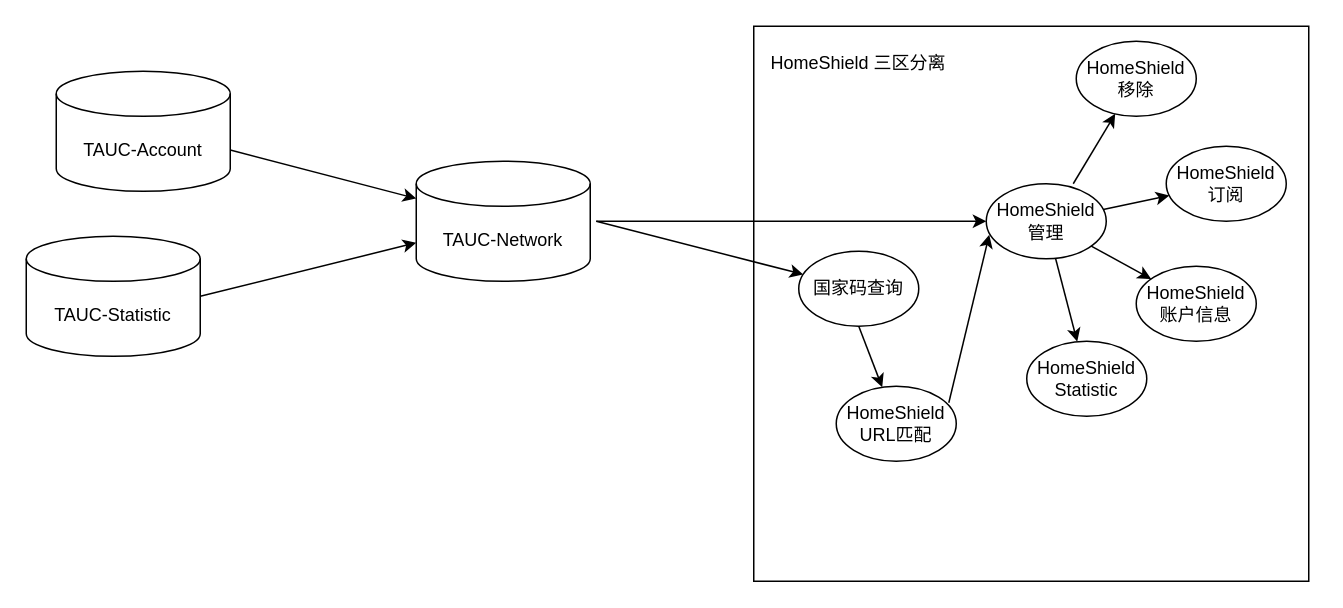
Dntls/Book keeps this draw.io diagram as 未命名绘图.drawio. Above is the earlier version. Source tidied: cells renumbered, new cells numbered last; positions are measured from the earlier drawing's top-left corner, leaving out a move shared by most shapes. Both pictures are drawn from the tidied source at 150%, with x=0, y=0 at pixel (26, 26).
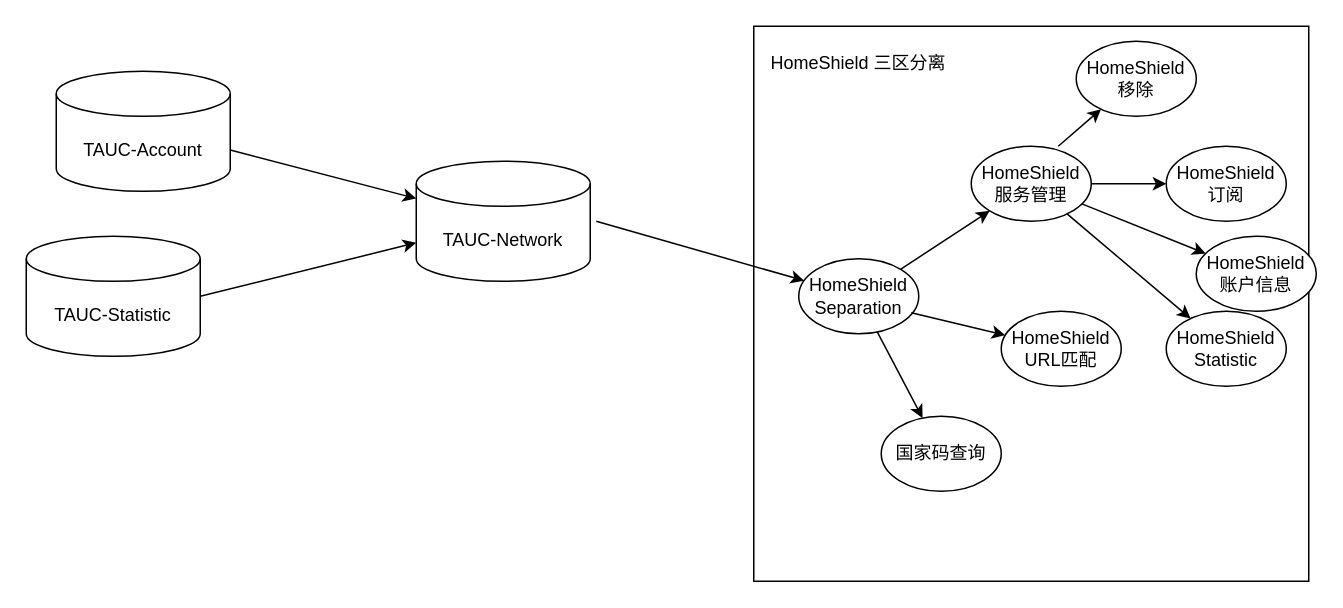
Above is the later version.

Commit message:
更新未命名绘图.drawio

Change to the diagram source:
```diff
@@
-    <mxCell id="8" style="endArrow=classic;html=1;rounded=0;" parent="1" edge="1" target="11">
+    <mxCell id="8" style="endArrow=classic;html=1;rounded=0;" parent="1" edge="1" target="24">
       <mxGeometry relative="1" as="geometry">
         <mxPoint x="380" y="130" as="sourcePoint" />
       </mxGeometry>
     </mxCell>
@@
     <mxCell id="10" value="HomeShield URL匹配" style="ellipse;whiteSpace=wrap;html=1;" parent="1" vertex="1">
-      <mxGeometry x="540" y="240" width="80" height="50" as="geometry" />
+      <mxGeometry x="650" y="190" width="80" height="50" as="geometry" />
     </mxCell>
-    <mxCell id="11" value="国家码查询" style="ellipse;whiteSpace=wrap;html=1;" parent="1" vertex="1">
-      <mxGeometry x="515" y="150" width="80" height="50" as="geometry" />
-    </mxCell>
-    <mxCell id="12" value="HomeShield 管理" style="ellipse;whiteSpace=wrap;html=1;" parent="1" vertex="1">
-      <mxGeometry x="640" y="105" width="80" height="50" as="geometry" />
+    <mxCell id="12" value="HomeShield 服务管理" style="ellipse;whiteSpace=wrap;html=1;" parent="1" vertex="1">
+      <mxGeometry x="630" y="80" width="80" height="50" as="geometry" />
     </mxCell>
-    <mxCell id="13" style="endArrow=classic;html=1;rounded=0;exitX=0.5;exitY=1;exitDx=0;exitDy=0;" parent="1" edge="1" source="11" target="10">
-      <mxGeometry relative="1" as="geometry" />
-    </mxCell>
-    <mxCell id="14" style="endArrow=classic;html=1;rounded=0;exitX=0.938;exitY=0.22;exitDx=0;exitDy=0;exitPerimeter=0;entryX=0.025;entryY=0.68;entryDx=0;entryDy=0;entryPerimeter=0;" parent="1" edge="1" source="10" target="12">
-      <mxGeometry relative="1" as="geometry" />
-    </mxCell>
@@
     <mxCell id="16" value="HomeShield 账户信息" style="ellipse;whiteSpace=wrap;html=1;" parent="1" vertex="1">
-      <mxGeometry x="740" y="160" width="80" height="50" as="geometry" />
+      <mxGeometry x="780" y="140" width="80" height="50" as="geometry" />
     </mxCell>
@@
-    <mxCell id="18" style="endArrow=classic;html=1;rounded=0;" parent="1" edge="1" target="12">
-      <mxGeometry relative="1" as="geometry">
-        <mxPoint x="380" y="130" as="sourcePoint" />
-      </mxGeometry>
-    </mxCell>
     <mxCell id="19" value="HomeShield Statistic" style="ellipse;whiteSpace=wrap;html=1;" parent="1" vertex="1">
-      <mxGeometry x="667" y="210" width="80" height="50" as="geometry" />
+      <mxGeometry x="760" y="190" width="80" height="50" as="geometry" />
     </mxCell>
@@
+    <mxCell id="24" value="HomeShield Separation" style="ellipse;whiteSpace=wrap;html=1;" parent="1" vertex="1">
+      <mxGeometry x="515" y="155" width="80" height="50" as="geometry" />
+    </mxCell>
+    <mxCell id="25" style="endArrow=classic;html=1;rounded=0;exitX=0.938;exitY=0.72;exitDx=0;exitDy=0;exitPerimeter=0;" parent="1" edge="1" source="24" target="10">
+      <mxGeometry relative="1" as="geometry" />
+    </mxCell>
+    <mxCell id="26" style="endArrow=classic;html=1;rounded=0;" parent="1" edge="1" source="24" target="12">
+      <mxGeometry relative="1" as="geometry" />
+    </mxCell>
+    <mxCell id="11" value="国家码查询" style="ellipse;whiteSpace=wrap;html=1;" parent="1" vertex="1">
+      <mxGeometry x="570" y="260" width="80" height="50" as="geometry" />
+    </mxCell>
+    <mxCell id="27" style="endArrow=classic;html=1;rounded=0;" parent="1" edge="1" source="24" target="11">
+      <mxGeometry relative="1" as="geometry" />
+    </mxCell>
```
